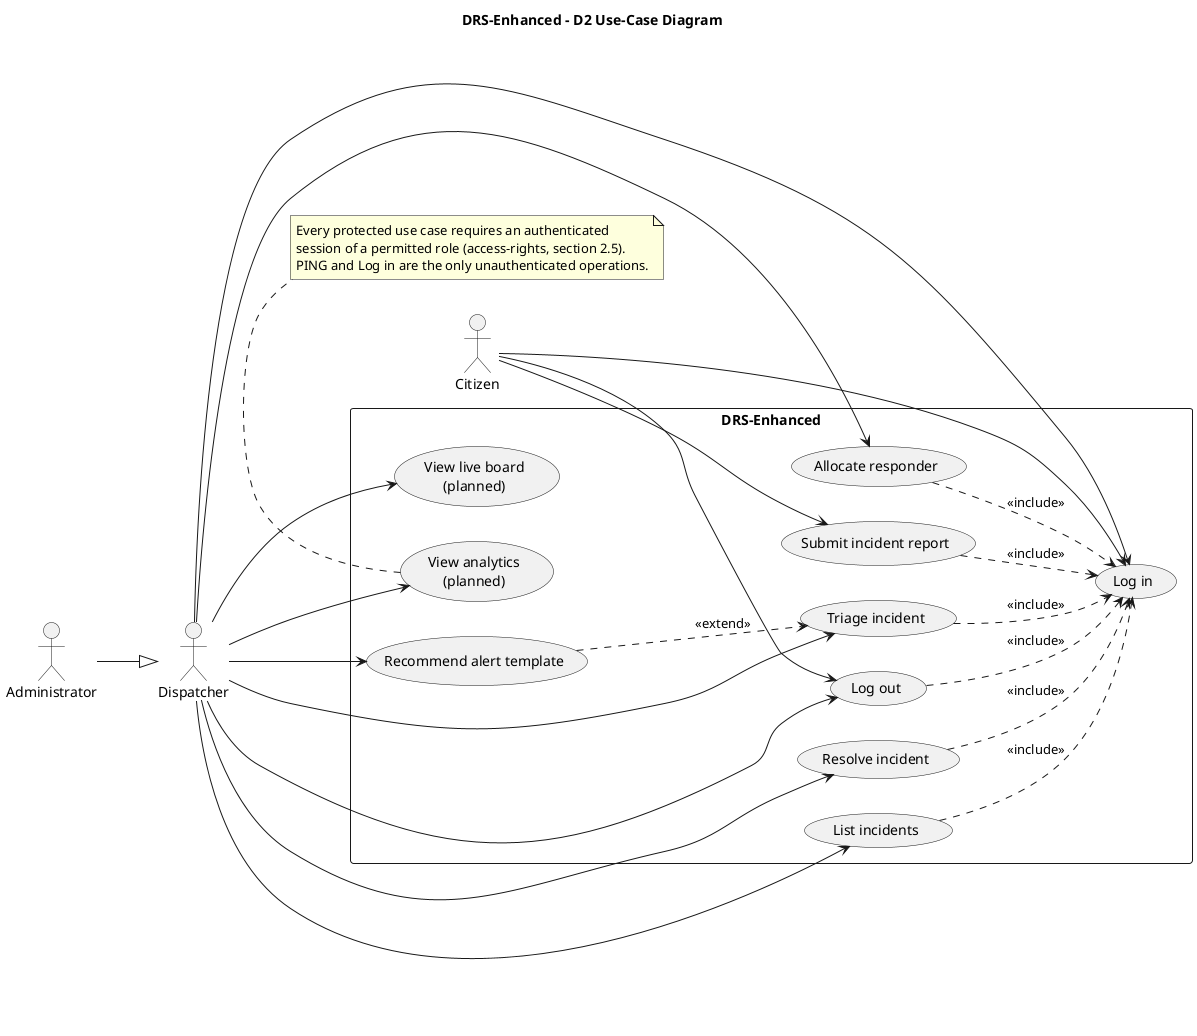
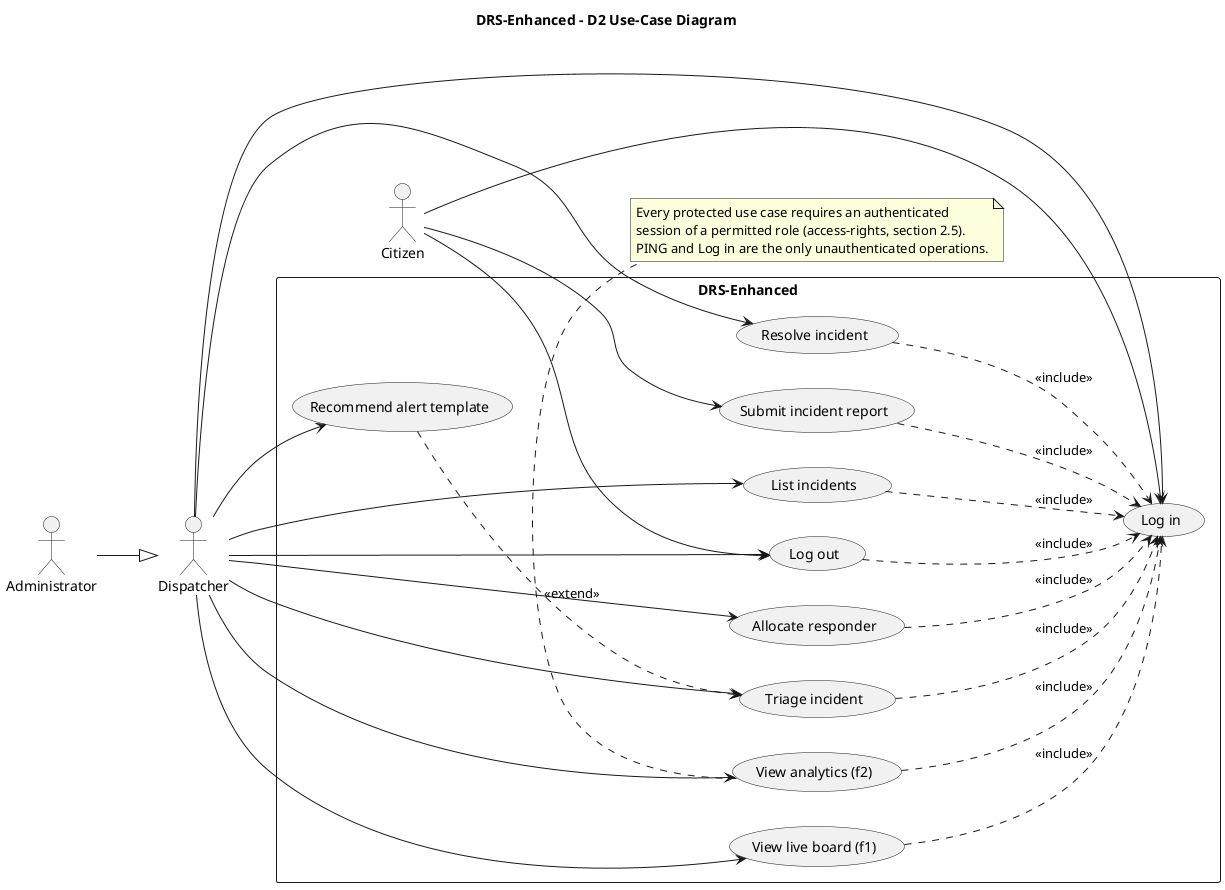
@startuml d2_use_case
' Author: Fabian Roberto Guzman (12287570)
title DRS-Enhanced - D2 Use-Case Diagram

left to right direction
skinparam shadowing false
skinparam packageStyle rectangle

actor Citizen
actor Dispatcher
actor Administrator

Administrator --|> Dispatcher

rectangle "DRS-Enhanced" {
  usecase "Log in" as UC_login
  usecase "Log out" as UC_logout
  usecase "Submit incident report" as UC_submit
  usecase "List incidents" as UC_list
  usecase "Triage incident" as UC_triage
  usecase "Allocate responder" as UC_assign
  usecase "Resolve incident" as UC_resolve
  usecase "Recommend alert template" as UC_template
-   usecase "View live board\n(planned)" as UC_board
-   usecase "View analytics\n(planned)" as UC_analytics
+   usecase "View live board (f1)" as UC_board
+   usecase "View analytics (f2)" as UC_analytics
}

Citizen --> UC_login
Citizen --> UC_submit
Citizen --> UC_logout

Dispatcher --> UC_login
Dispatcher --> UC_list
Dispatcher --> UC_triage
Dispatcher --> UC_assign
Dispatcher --> UC_resolve
Dispatcher --> UC_template
Dispatcher --> UC_board
Dispatcher --> UC_analytics
Dispatcher --> UC_logout

UC_submit ..> UC_login : <<include>>
UC_list ..> UC_login : <<include>>
UC_triage ..> UC_login : <<include>>
UC_assign ..> UC_login : <<include>>
UC_resolve ..> UC_login : <<include>>
+ UC_board ..> UC_login : <<include>>
+ UC_analytics ..> UC_login : <<include>>
UC_logout ..> UC_login : <<include>>
UC_template ..> UC_triage : <<extend>>

note bottom
  Every protected use case requires an authenticated
  session of a permitted role (access-rights, section 2.5).
  PING and Log in are the only unauthenticated operations.
end note
@enduml
